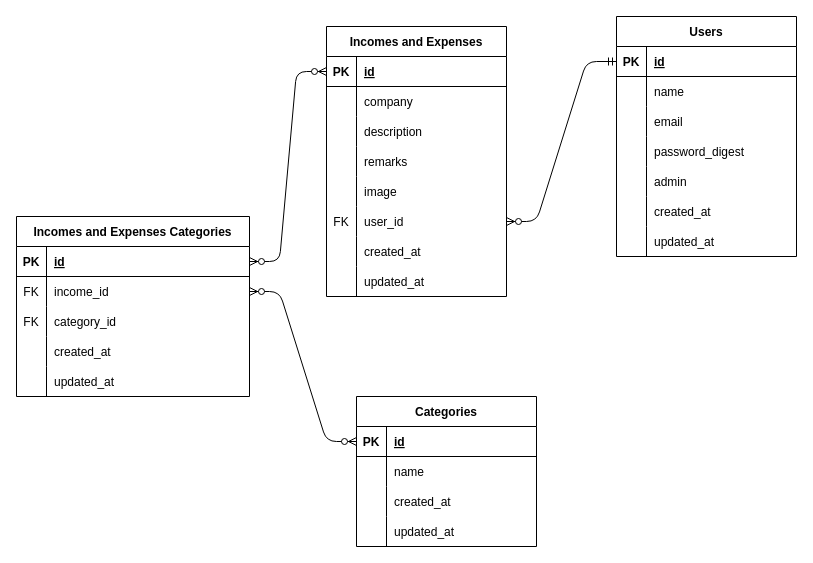
This is docs/er_diagram.drawio from KeiSuzukiNishi/shared_household_account_book, a draw.io file, before an edit. Source tidied: cells renumbered, new cells numbered last; positions are measured from the earlier drawing's top-left corner, leaving out a move shared by most shapes. Both pictures are drawn from the tidied source at 100%, with x=0, y=0 at pixel (16, 16).
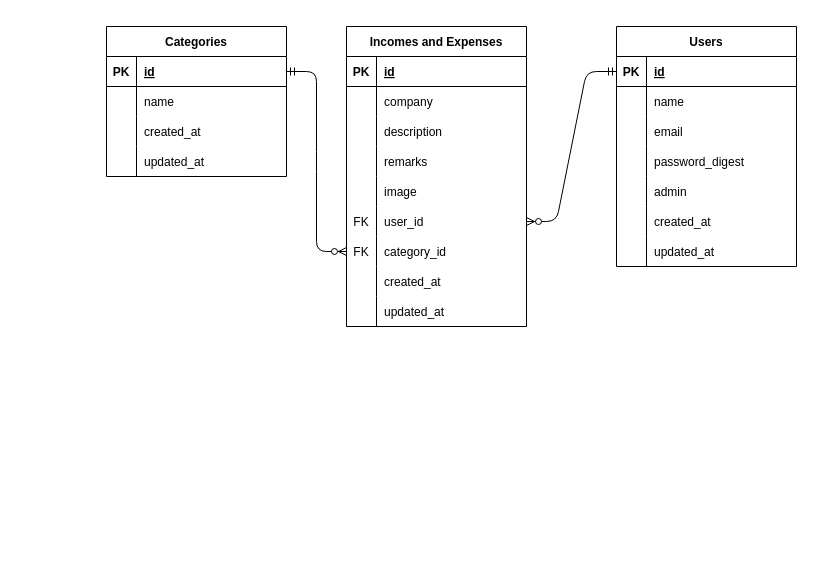
The same page after the edit.

Unchanged cells that the change refers to:
```xml
<mxCell id="26" style="shape=tableRow;horizontal=0;startSize=0;swimlaneHead=0;swimlaneBody=0;fillColor=none;points=[[0,0.5],[1,0.5]];portConstraint=eastwest;top=0;left=0;right=0;bottom=1;shadow=0;" parent="25" vertex="1">
  <mxGeometry y="30" width="180" height="30" as="geometry" />
</mxCell>
<mxCell id="39" style="shape=tableRow;horizontal=0;startSize=0;swimlaneHead=0;swimlaneBody=0;fillColor=none;points=[[0,0.5],[1,0.5]];portConstraint=eastwest;top=0;left=0;right=0;bottom=1;shadow=0;" parent="38" vertex="1">
  <mxGeometry y="30" width="180" height="30" as="geometry" />
</mxCell>
<mxCell id="57" style="shape=tableRow;horizontal=0;startSize=0;swimlaneHead=0;swimlaneBody=0;fillColor=none;points=[[0,0.5],[1,0.5]];portConstraint=eastwest;top=0;left=0;right=0;bottom=0;shadow=0;" parent="38" vertex="1">
  <mxGeometry y="210" width="180" height="30" as="geometry" />
</mxCell>
<mxCell id="60" style="shape=tableRow;horizontal=0;startSize=0;swimlaneHead=0;swimlaneBody=0;fillColor=none;top=0;left=0;right=0;bottom=0;shadow=0;" parent="38" vertex="1">
  <mxGeometry y="240" width="180" height="30" as="geometry" />
</mxCell>
```

Diff of the diagram source:
```diff
@@
     <mxCell id="2" value="Users" style="shape=table;startSize=30;childLayout=tableLayout;rowLines=0;fontStyle=1;align=center;shadow=0;swimlaneLine=1;" parent="1" vertex="1">
-      <mxGeometry x="600" width="180" height="240" as="geometry" />
+      <mxGeometry x="600" y="10" width="180" height="240" as="geometry" />
     </mxCell>
@@
     <mxCell id="25" value="Categories" style="shape=table;startSize=30;childLayout=tableLayout;rowLines=0;fontStyle=1;align=center;shadow=0;" parent="1" vertex="1">
-      <mxGeometry x="340" y="380" width="180" height="150" as="geometry" />
+      <mxGeometry x="90" y="10" width="180" height="150" as="geometry" />
     </mxCell>
@@
     <mxCell id="38" value="Incomes and Expenses" style="shape=table;startSize=30;childLayout=tableLayout;rowLines=0;fontStyle=1;align=center;shadow=0;" parent="1" vertex="1">
-      <mxGeometry x="310" y="10" width="180" height="270" as="geometry" />
+      <mxGeometry x="330" y="10" width="180" height="300" as="geometry" />
     </mxCell>
@@
-    <mxCell id="58" style="shape=partialRectangle;fillColor=none;top=0;left=0;bottom=0;right=0;overflow=hidden;shadow=0;" parent="57" vertex="1">
+    <mxCell id="58" value="FK" style="shape=partialRectangle;fillColor=none;top=0;left=0;bottom=0;right=0;overflow=hidden;shadow=0;" parent="57" vertex="1">
       <mxGeometry width="30" height="30" as="geometry" />
     </mxCell>
-    <mxCell id="59" value="created_at" style="shape=partialRectangle;fillColor=none;top=0;left=0;bottom=0;right=0;align=left;spacingLeft=6;overflow=hidden;shadow=0;" parent="57" vertex="1">
+    <mxCell id="59" value="category_id" style="shape=partialRectangle;fillColor=none;top=0;left=0;bottom=0;right=0;align=left;spacingLeft=6;overflow=hidden;shadow=0;" parent="57" vertex="1">
       <mxGeometry x="30" width="150" height="30" as="geometry" />
     </mxCell>
@@
-    <mxCell id="62" value="updated_at" style="shape=partialRectangle;fillColor=none;top=0;left=0;bottom=0;right=0;align=left;spacingLeft=6;overflow=hidden;shadow=0;" parent="60" vertex="1">
+    <mxCell id="62" value="created_at" style="shape=partialRectangle;fillColor=none;top=0;left=0;bottom=0;right=0;align=left;spacingLeft=6;overflow=hidden;shadow=0;" parent="60" vertex="1">
       <mxGeometry x="30" width="150" height="30" as="geometry" />
     </mxCell>
+    <mxCell id="82" style="shape=tableRow;horizontal=0;startSize=0;swimlaneHead=0;swimlaneBody=0;fillColor=none;top=0;left=0;right=0;bottom=0;shadow=0;" parent="38" vertex="1">
+      <mxGeometry y="270" width="180" height="30" as="geometry" />
+    </mxCell>
+    <mxCell id="83" style="shape=partialRectangle;fillColor=none;top=0;left=0;bottom=0;right=0;overflow=hidden;shadow=0;" parent="82" vertex="1">
+      <mxGeometry width="30" height="30" as="geometry" />
+    </mxCell>
+    <mxCell id="81" value="updated_at" style="shape=partialRectangle;fillColor=none;top=0;left=0;bottom=0;right=0;align=left;spacingLeft=6;overflow=hidden;shadow=0;" parent="82" vertex="1">
+      <mxGeometry x="30" width="150" height="30" as="geometry" />
+    </mxCell>
@@
-    <mxCell id="64" style="edgeStyle=entityRelationEdgeStyle;fontSize=12;html=1;endArrow=ERzeroToMany;endFill=1;startArrow=ERzeroToMany;exitX=1;exitY=0.5;exitDx=0;exitDy=0;entryX=0;entryY=0.5;entryDx=0;entryDy=0;" parent="1" edge="1" source="70" target="26">
-      <mxGeometry relative="1" as="geometry" />
-    </mxCell>
-    <mxCell id="65" style="edgeStyle=entityRelationEdgeStyle;fontSize=12;html=1;endArrow=ERzeroToMany;endFill=1;startArrow=ERzeroToMany;exitX=1;exitY=0.5;exitDx=0;exitDy=0;entryX=0;entryY=0.5;entryDx=0;entryDy=0;" parent="1" edge="1" source="67" target="39">
-      <mxGeometry relative="1" as="geometry" />
-    </mxCell>
-    <mxCell id="66" value="Incomes and Expenses Categories" style="shape=table;startSize=30;childLayout=tableLayout;rowLines=0;fontStyle=1;align=center;shadow=0;" parent="1" vertex="1">
-      <mxGeometry y="200" width="233" height="180" as="geometry" />
-    </mxCell>
-    <mxCell id="67" style="shape=tableRow;horizontal=0;startSize=0;swimlaneHead=0;swimlaneBody=0;fillColor=none;points=[[0,0.5],[1,0.5]];portConstraint=eastwest;top=0;left=0;right=0;bottom=1;shadow=0;" parent="66" vertex="1">
-      <mxGeometry y="30" width="233" height="30" as="geometry" />
-    </mxCell>
-    <mxCell id="68" value="PK" style="shape=partialRectangle;fillColor=none;top=0;left=0;bottom=0;right=0;fontStyle=1;overflow=hidden;shadow=0;" parent="67" vertex="1">
-      <mxGeometry width="30" height="30" as="geometry" />
-    </mxCell>
-    <mxCell id="69" value="id" style="shape=partialRectangle;fillColor=none;top=0;left=0;bottom=0;right=0;align=left;spacingLeft=6;fontStyle=5;overflow=hidden;shadow=0;" parent="67" vertex="1">
-      <mxGeometry x="30" width="203" height="30" as="geometry" />
-    </mxCell>
-    <mxCell id="70" style="shape=tableRow;horizontal=0;startSize=0;swimlaneHead=0;swimlaneBody=0;fillColor=none;points=[[0,0.5],[1,0.5]];portConstraint=eastwest;top=0;left=0;right=0;bottom=0;shadow=0;" parent="66" vertex="1">
-      <mxGeometry y="60" width="233" height="30" as="geometry" />
-    </mxCell>
-    <mxCell id="71" value="FK" style="shape=partialRectangle;fillColor=none;top=0;left=0;bottom=0;right=0;overflow=hidden;shadow=0;" parent="70" vertex="1">
-      <mxGeometry width="30" height="30" as="geometry" />
-    </mxCell>
-    <mxCell id="72" value="income_id" style="shape=partialRectangle;fillColor=none;top=0;left=0;bottom=0;right=0;align=left;spacingLeft=6;overflow=hidden;shadow=0;" parent="70" vertex="1">
-      <mxGeometry x="30" width="203" height="30" as="geometry" />
-    </mxCell>
-    <mxCell id="73" style="shape=tableRow;horizontal=0;startSize=0;swimlaneHead=0;swimlaneBody=0;fillColor=none;top=0;left=0;right=0;bottom=0;shadow=0;" parent="66" vertex="1">
-      <mxGeometry y="90" width="233" height="30" as="geometry" />
-    </mxCell>
-    <mxCell id="74" value="FK" style="shape=partialRectangle;fillColor=none;top=0;left=0;bottom=0;right=0;overflow=hidden;shadow=0;" parent="73" vertex="1">
-      <mxGeometry width="30" height="30" as="geometry" />
-    </mxCell>
-    <mxCell id="75" value="category_id" style="shape=partialRectangle;fillColor=none;top=0;left=0;bottom=0;right=0;align=left;spacingLeft=6;overflow=hidden;shadow=0;" parent="73" vertex="1">
-      <mxGeometry x="30" width="203" height="30" as="geometry" />
-    </mxCell>
-    <mxCell id="76" style="shape=tableRow;horizontal=0;startSize=0;swimlaneHead=0;swimlaneBody=0;fillColor=none;top=0;left=0;right=0;bottom=0;shadow=0;" parent="66" vertex="1">
-      <mxGeometry y="120" width="233" height="30" as="geometry" />
-    </mxCell>
-    <mxCell id="77" style="shape=partialRectangle;fillColor=none;top=0;left=0;bottom=0;right=0;overflow=hidden;shadow=0;" parent="76" vertex="1">
-      <mxGeometry width="30" height="30" as="geometry" />
-    </mxCell>
-    <mxCell id="78" value="created_at" style="shape=partialRectangle;fillColor=none;top=0;left=0;bottom=0;right=0;align=left;spacingLeft=6;overflow=hidden;shadow=0;" parent="76" vertex="1">
-      <mxGeometry x="30" width="203" height="30" as="geometry" />
-    </mxCell>
-    <mxCell id="79" style="shape=tableRow;horizontal=0;startSize=0;swimlaneHead=0;swimlaneBody=0;fillColor=none;top=0;left=0;right=0;bottom=0;shadow=0;" parent="66" vertex="1">
-      <mxGeometry y="150" width="233" height="30" as="geometry" />
-    </mxCell>
-    <mxCell id="80" style="shape=partialRectangle;fillColor=none;top=0;left=0;bottom=0;right=0;overflow=hidden;shadow=0;" parent="79" vertex="1">
-      <mxGeometry width="30" height="30" as="geometry" />
-    </mxCell>
-    <mxCell id="81" value="updated_at" style="shape=partialRectangle;fillColor=none;top=0;left=0;bottom=0;right=0;align=left;spacingLeft=6;overflow=hidden;shadow=0;" parent="79" vertex="1">
-      <mxGeometry x="30" width="203" height="30" as="geometry" />
-    </mxCell>
+    <mxCell id="84" style="edgeStyle=entityRelationEdgeStyle;fontSize=12;html=1;endArrow=ERzeroToMany;startArrow=ERmandOne;exitX=1;exitY=0.5;exitDx=0;exitDy=0;entryX=0;entryY=0.5;entryDx=0;entryDy=0;" parent="1" edge="1" source="26" target="57">
+      <mxGeometry relative="1" as="geometry" />
+    </mxCell>
```
